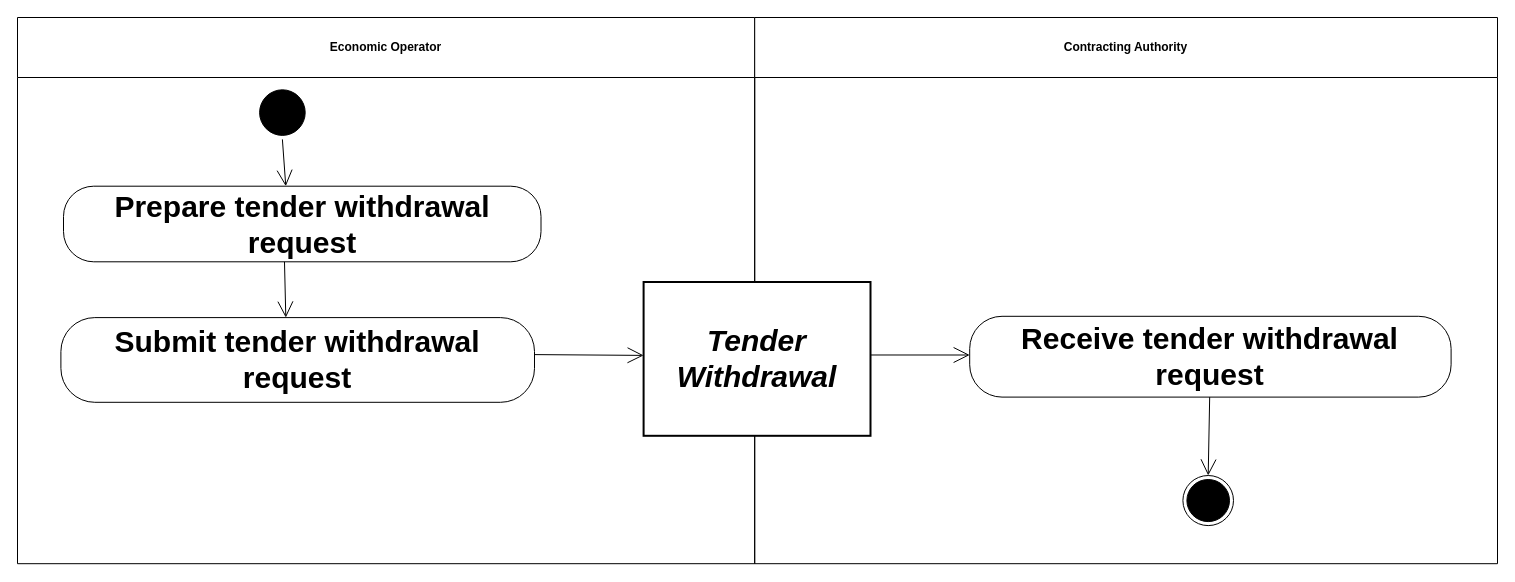
The draw.io diagram diagrams/UBL-2.2-Tender-Withdrawal/UBL-2.2-Tender-Withdrawal.drawio in kduvekot/ubl-work-on-svg-images, before the edit. Source tidied: cells renumbered, new cells numbered last; positions are measured from the earlier drawing's top-left corner, leaving out a move shared by most shapes. Both pictures are drawn from the tidied source at 100%, with x=0, y=0 at pixel (17, 17).
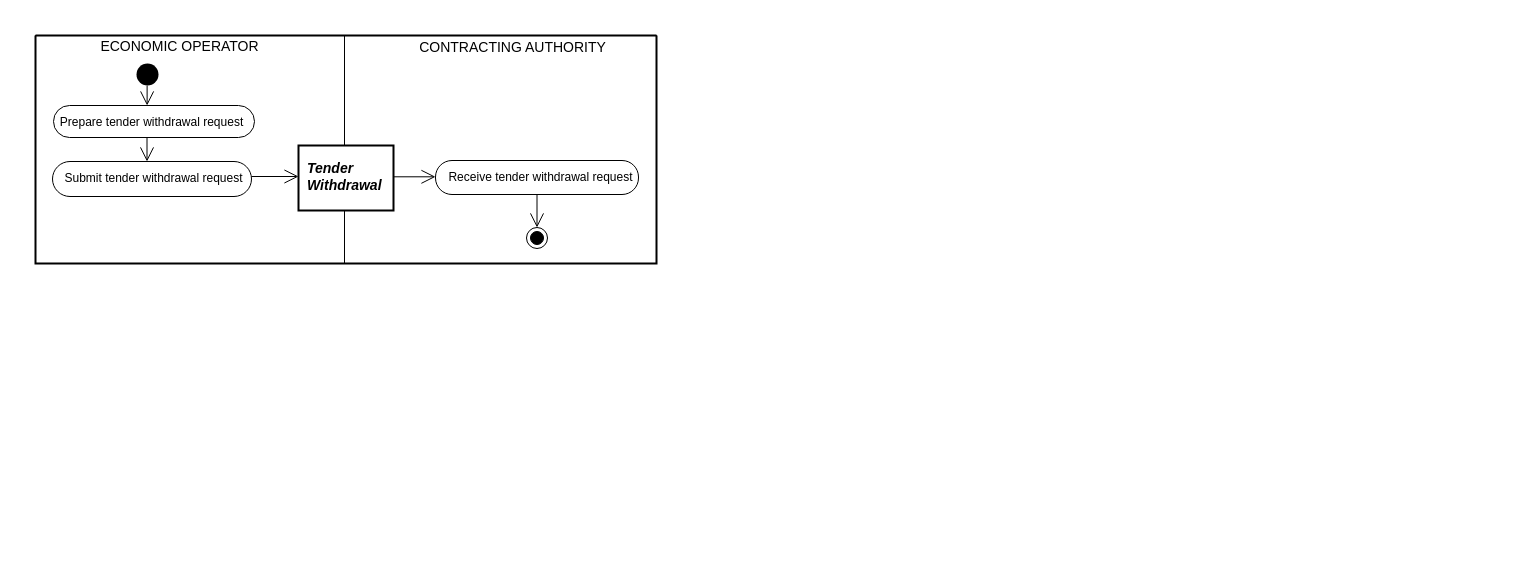
The same page after the edit.

Diff of the diagram source:
```diff
@@
 <mxGraphModel>
   <root>
     <mxCell id="0" />
     <mxCell id="1" parent="0" />
+    <mxCell id="15" style="swimlane;html=1;startSize=0;whiteSpace=wrap;fillColor=none;strokeWidth=2;" parent="1" vertex="1">
+      <mxGeometry x="18" y="18" width="621" height="228" as="geometry" />
+    </mxCell>
-    <mxCell id="2" value="Economic Operator" style="swimlane;whiteSpace=wrap;html=1;startSize=60;" parent="1" vertex="1">
-      <mxGeometry width="737.2" height="546.2" as="geometry" />
+    <mxCell id="2" value="ECONOMIC OPERATOR" style="swimlane;horizontal=1;startSize=21;swimlaneLine=0;html=1;fillColor=none;fontSize=14;fontStyle=0;spacing=0;spacingRight=22;" parent="15" vertex="1">
+      <mxGeometry width="309" height="228" as="geometry" />
     </mxCell>
-    <mxCell id="3" value="Contracting Authority" style="swimlane;whiteSpace=wrap;html=1;startSize=60;" parent="1" vertex="1">
-      <mxGeometry x="737.2" width="742.8" height="546.2" as="geometry" />
+    <mxCell id="3" value="CONTRACTING AUTHORITY" style="swimlane;horizontal=1;startSize=23;swimlaneLine=0;html=1;fillColor=none;fontSize=14;fontStyle=0;spacing=0;spacingLeft=23;" parent="15" vertex="1">
+      <mxGeometry x="309" width="312" height="228" as="geometry" />
     </mxCell>
-    <mxCell id="4" style="ellipse;html=1;shape=startState;fillColor=#000000;strokeColor=#000000;fontFamily=Helvetica;fontSize=30;" parent="1" vertex="1">
-      <mxGeometry x="238.1" y="68.3" width="53.6" height="53.6" as="geometry" />
+    <mxCell id="4" style="ellipse;shape=startState;fillColor=#000000;strokeColor=none;html=1;" parent="2" vertex="1">
+      <mxGeometry x="97" y="24" width="30" height="30" as="geometry" />
     </mxCell>
-    <mxCell id="5" value="Prepare tender withdrawal request" style="rounded=1;arcSize=40;whiteSpace=wrap;html=1;fontStyle=1;fontFamily=Helvetica;fontSize=30;" parent="1" vertex="1">
-      <mxGeometry x="46" y="168.7" width="477.5" height="75.6" as="geometry" />
+    <mxCell id="5" value="Prepare tender withdrawal request" style="rounded=1;absoluteArcSize=1;arcSize=33;html=1;whiteSpace=nowrap;fontSize=12;fontStyle=0;align=center;verticalAlign=middle;spacing=0;spacingRight=5;spacingTop=1;" parent="2" vertex="1">
+      <mxGeometry x="18" y="70" width="201" height="32" as="geometry" />
     </mxCell>
-    <mxCell id="6" value="Tender Withdrawal" style="rounded=0;whiteSpace=wrap;html=1;fontStyle=3;strokeWidth=2;fontFamily=Helvetica;fontSize=30;" parent="1" vertex="1">
-      <mxGeometry x="626.1" y="264.5" width="226.9" height="153.8" as="geometry" />
+    <mxCell id="6" value="Tender&lt;br&gt;Withdrawal" style="rounded=0;html=1;whiteSpace=nowrap;fontSize=14;fontStyle=3;align=left;verticalAlign=middle;spacing=0;spacingLeft=9;spacingBottom=4;strokeWidth=2;" parent="3" vertex="1">
+      <mxGeometry x="-46" y="110" width="95" height="65" as="geometry" />
     </mxCell>
-    <mxCell id="7" value="Receive tender withdrawal request" style="rounded=1;arcSize=40;whiteSpace=wrap;html=1;fontStyle=1;fontFamily=Helvetica;fontSize=30;" parent="1" vertex="1">
-      <mxGeometry x="952.2" y="298.8" width="481.4" height="80.8" as="geometry" />
+    <mxCell id="7" value="Receive tender withdrawal request" style="rounded=1;absoluteArcSize=1;arcSize=33;html=1;whiteSpace=nowrap;fontSize=12;fontStyle=0;align=center;verticalAlign=middle;spacing=0;spacingLeft=6;spacingBottom=1;" parent="3" vertex="1">
+      <mxGeometry x="91" y="125" width="203" height="34" as="geometry" />
     </mxCell>
-    <mxCell id="8" value="Submit tender withdrawal request" style="rounded=1;arcSize=40;whiteSpace=wrap;html=1;fontStyle=1;fontFamily=Helvetica;fontSize=30;" parent="1" vertex="1">
-      <mxGeometry x="43.4" y="300.1" width="473.6" height="84.7" as="geometry" />
+    <mxCell id="8" value="Submit tender withdrawal request" style="rounded=1;absoluteArcSize=1;arcSize=35;html=1;whiteSpace=nowrap;fontSize=12;fontStyle=0;align=center;verticalAlign=middle;spacing=0;spacingLeft=3;spacingBottom=2;" parent="2" vertex="1">
+      <mxGeometry x="17" y="126" width="199" height="35" as="geometry" />
     </mxCell>
-    <mxCell id="9" style="ellipse;html=1;shape=endState;fillColor=#000000;strokeColor=#000000;fontFamily=Helvetica;fontSize=30;" parent="1" vertex="1">
-      <mxGeometry x="1165.4" y="458" width="50.6" height="50.1" as="geometry" />
+    <mxCell id="9" style="ellipse;shape=endState;fillColor=#000000;html=1;" parent="3" vertex="1">
+      <mxGeometry x="182" y="192" width="21" height="21" as="geometry" />
     </mxCell>
-    <mxCell id="10" style="edgeStyle=none;rounded=0;html=1;endArrow=open;endFill=0;endSize=14;exitX=0.5;exitY=1.0;entryX=0.4655;entryY=0.0;" parent="1" edge="1" source="4" target="5">
+    <mxCell id="10" style="edgeStyle=none;rounded=0;html=1;endArrow=open;endFill=0;endSize=12;exitPerimeter=0;entryX=0.4657;entryY=0;entryPerimeter=0;exitX=0.486857;exitY=0.8693;" parent="2" edge="1" source="4" target="5">
       <mxGeometry relative="1" as="geometry" />
     </mxCell>
-    <mxCell id="11" style="edgeStyle=none;rounded=0;html=1;endArrow=open;endFill=0;endSize=14;exitX=0.4628;exitY=1.0;entryX=0.4749;entryY=0.0;" parent="1" edge="1" source="5" target="8">
+    <mxCell id="11" style="edgeStyle=none;rounded=0;html=1;endArrow=open;endFill=0;endSize=12;exitPerimeter=0;entryX=0.4749;entryY=0;entryPerimeter=0;exitX=0.4652;exitY=1;" parent="2" edge="1" source="5" target="8">
       <mxGeometry relative="1" as="geometry" />
     </mxCell>
-    <mxCell id="12" style="edgeStyle=none;rounded=0;html=1;endArrow=open;endFill=0;endSize=14;exitX=1.0;exitY=0.4368;entryX=0.0;entryY=0.4772;" parent="1" edge="1" source="8" target="6">
+    <mxCell id="12" style="edgeStyle=none;rounded=0;html=1;endArrow=open;endFill=0;endSize=12;exitPerimeter=0;entryX=0;entryY=0.4769;entryPerimeter=0;exitX=1;exitY=0.428529;" parent="15" edge="1" source="8" target="6">
       <mxGeometry relative="1" as="geometry" />
     </mxCell>
-    <mxCell id="13" style="edgeStyle=none;rounded=0;html=1;endArrow=open;endFill=0;endSize=14;exitX=1.0;exitY=0.4746;entryX=0.0;entryY=0.479;" parent="1" edge="1" source="6" target="7">
+    <mxCell id="13" style="edgeStyle=none;rounded=0;html=1;endArrow=open;endFill=0;endSize=12;exitPerimeter=0;entryX=0;entryY=0.4794;entryPerimeter=0;exitX=1;exitY=0.481532;" parent="3" edge="1" source="6" target="7">
       <mxGeometry relative="1" as="geometry" />
     </mxCell>
-    <mxCell id="14" style="edgeStyle=none;rounded=0;html=1;endArrow=open;endFill=0;endSize=14;exitX=0.4985;exitY=1.0;entryX=0.496;entryY=0.0;" parent="1" edge="1" source="7" target="9">
+    <mxCell id="14" style="edgeStyle=none;rounded=0;html=1;endArrow=open;endFill=0;endSize=12;exitX=0.5;exitY=1;exitPerimeter=0;entryPerimeter=0;entryX=0.5;entryY=0;" parent="3" edge="1" source="7" target="9">
       <mxGeometry relative="1" as="geometry" />
     </mxCell>
   </root>
 </mxGraphModel>
```
